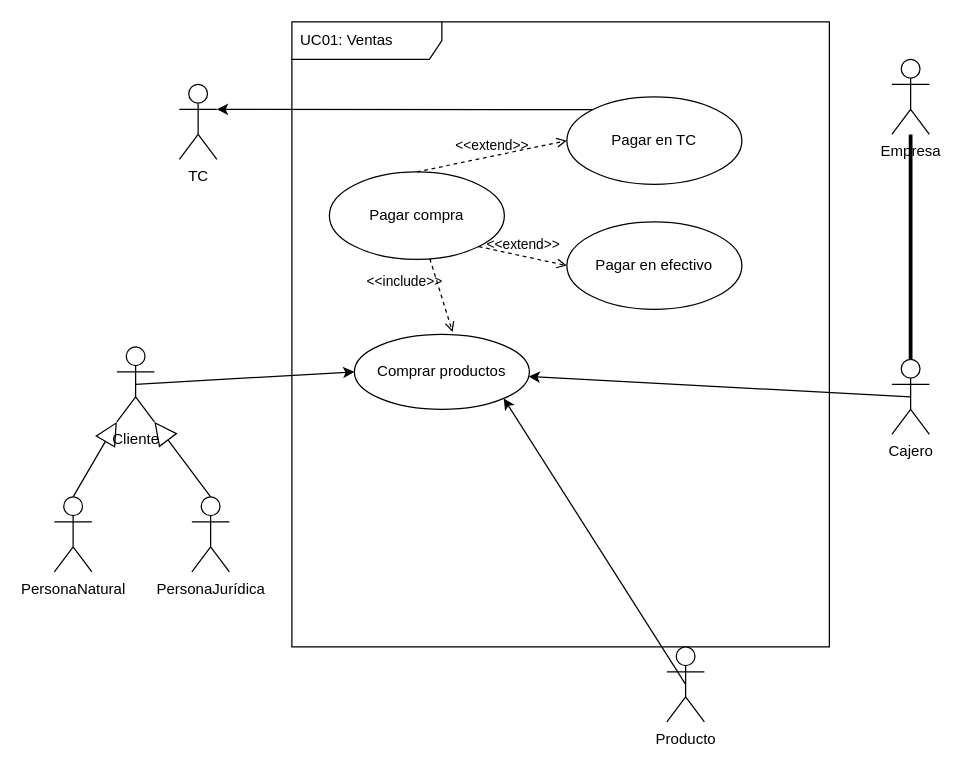
Earlier version of the draw.io diagram utilities/UC01_Pagos.drawio (dayapt04/prjSupermarketGrupo4). Source tidied: cells renumbered, new cells numbered last; positions are measured from the earlier drawing's top-left corner, leaving out a move shared by most shapes. Both pictures are drawn from the tidied source at 125%, with x=0, y=0 at pixel (54, 21).
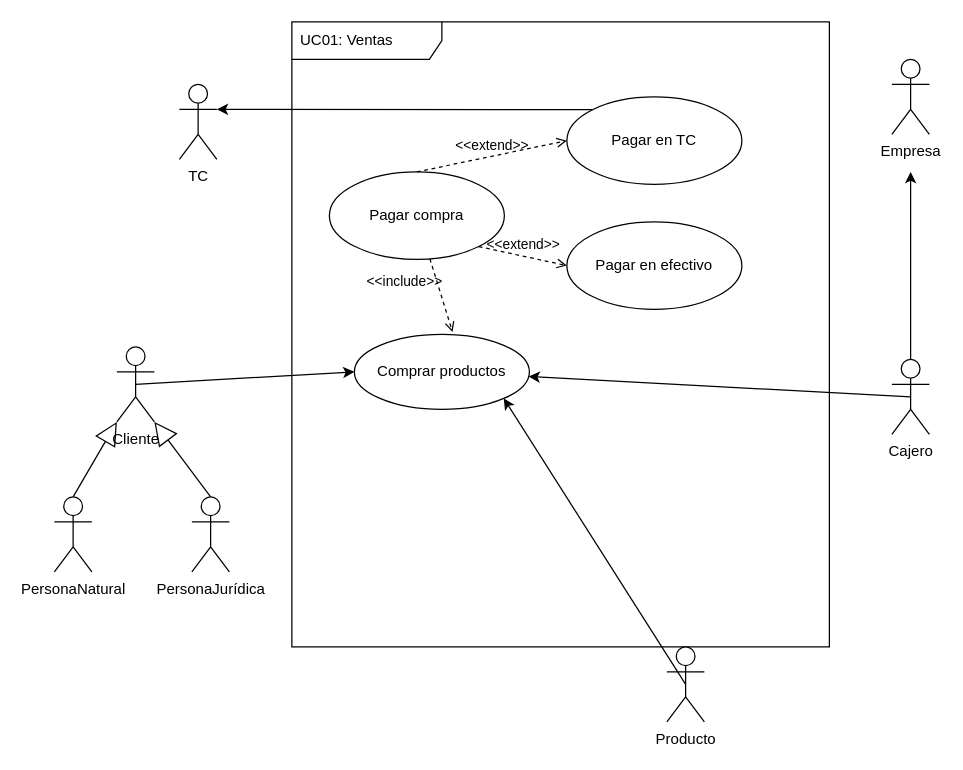
The same diagram, later.

The change refers to these unchanged cells:
```xml
<mxCell id="15" value="Cajero" style="shape=umlActor;verticalLabelPosition=bottom;verticalAlign=top;html=1;" parent="1" vertex="1">
  <mxGeometry x="670" y="270" width="30" height="60" as="geometry" />
</mxCell>
<mxCell id="20" value="Empresa" style="shape=umlActor;verticalLabelPosition=bottom;verticalAlign=top;html=1;" parent="1" vertex="1">
  <mxGeometry x="670" y="30" width="30" height="60" as="geometry" />
</mxCell>
```

Change to the diagram source:
```diff
@@
+    <mxCell id="24" style="edgeStyle=none;html=1;" parent="1" edge="1" source="15">
+      <mxGeometry relative="1" as="geometry">
+        <mxPoint x="685" y="120" as="targetPoint" />
+      </mxGeometry>
+    </mxCell>
@@
-    <mxCell id="21" style="endArrow=none;startArrow=none;endFill=0;startFill=0;endSize=8;html=1;verticalAlign=bottom;labelBackgroundColor=none;strokeWidth=3;entryX=0.5;entryY=0;entryDx=0;entryDy=0;entryPerimeter=0;" parent="1" edge="1" source="20" target="15">
-      <mxGeometry relative="1" as="geometry" />
-    </mxCell>
```
